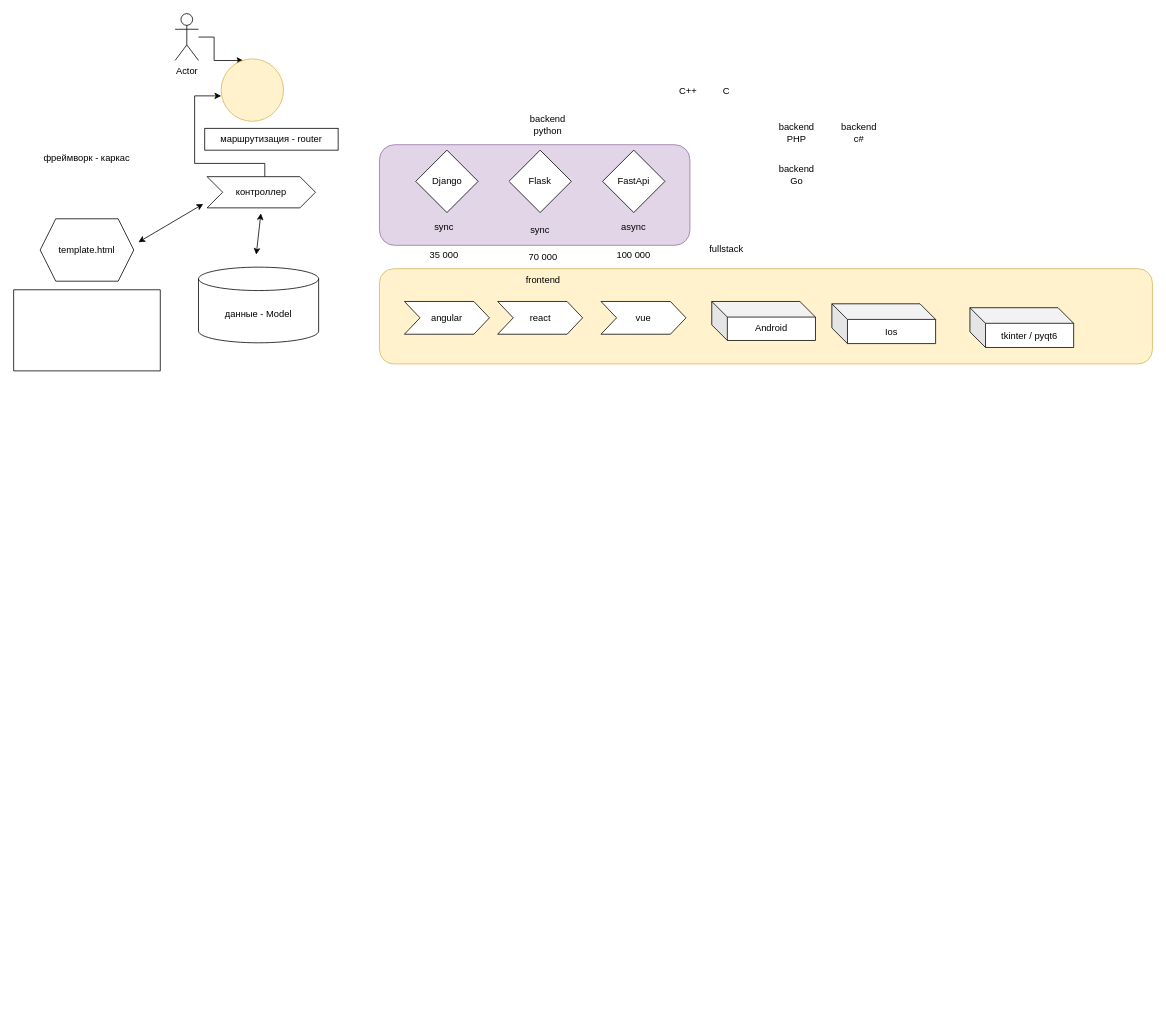
Before: projects/4/web.drawio in bogdandrienko/PyE-222-1, a draw.io diagram. Source tidied: cells renumbered, new cells numbered last; positions are measured from the earlier drawing's top-left corner, leaving out a move shared by most shapes. Both pictures are drawn from the tidied source at 78%, with x=0, y=0 at pixel (13, 13).
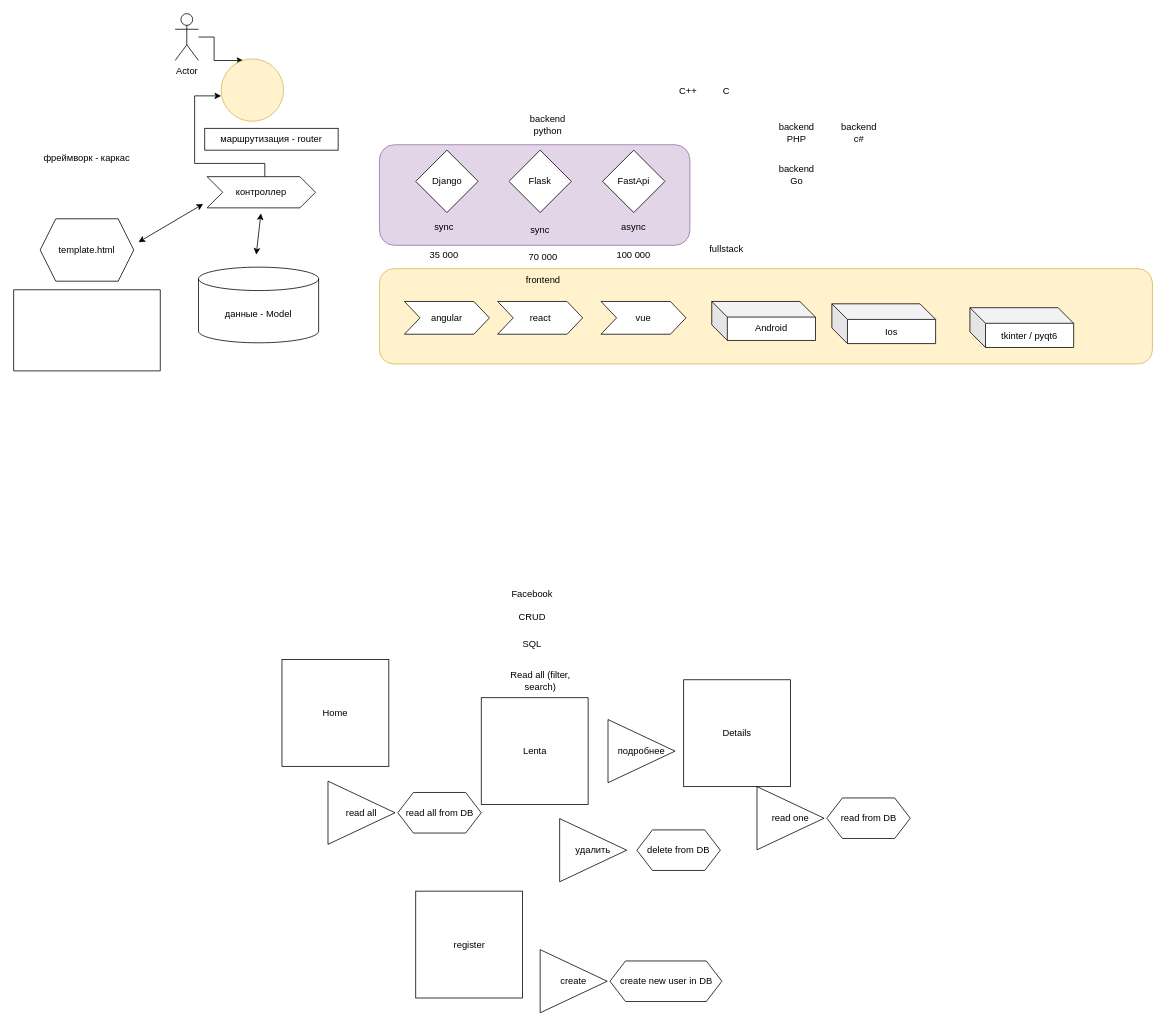
Above is the later version.

The edit, as a diff of the source:
```diff
@@
+    <mxCell id="39" value="Facebook" style="text;html=1;strokeColor=none;fillColor=none;align=center;verticalAlign=middle;whiteSpace=wrap;rounded=0;" parent="1" vertex="1">
+      <mxGeometry x="635" y="729" width="60" height="30" as="geometry" />
+    </mxCell>
+    <mxCell id="40" value="CRUD" style="text;html=1;strokeColor=none;fillColor=none;align=center;verticalAlign=middle;whiteSpace=wrap;rounded=0;" parent="1" vertex="1">
+      <mxGeometry x="635" y="759" width="60" height="30" as="geometry" />
+    </mxCell>
+    <mxCell id="41" value="SQL" style="text;html=1;strokeColor=none;fillColor=none;align=center;verticalAlign=middle;whiteSpace=wrap;rounded=0;" parent="1" vertex="1">
+      <mxGeometry x="635" y="794" width="60" height="30" as="geometry" />
+    </mxCell>
+    <mxCell id="42" value="Home" style="whiteSpace=wrap;html=1;" parent="1" vertex="1">
+      <mxGeometry x="344" y="828" width="137" height="137" as="geometry" />
+    </mxCell>
+    <mxCell id="43" value="Lenta" style="whiteSpace=wrap;html=1;" parent="1" vertex="1">
+      <mxGeometry x="599.5" y="877" width="137" height="137" as="geometry" />
+    </mxCell>
+    <mxCell id="44" value="Read all (filter, search)" style="text;html=1;strokeColor=none;fillColor=none;align=center;verticalAlign=middle;whiteSpace=wrap;rounded=0;" parent="1" vertex="1">
+      <mxGeometry x="614.5" y="840" width="121" height="30" as="geometry" />
+    </mxCell>
+    <mxCell id="45" value="Details" style="whiteSpace=wrap;html=1;" parent="1" vertex="1">
+      <mxGeometry x="859" y="854" width="137" height="137" as="geometry" />
+    </mxCell>
+    <mxCell id="46" value="подробнее" style="triangle;whiteSpace=wrap;html=1;" parent="1" vertex="1">
+      <mxGeometry x="762" y="905" width="86" height="81" as="geometry" />
+    </mxCell>
+    <mxCell id="47" value="удалить" style="triangle;whiteSpace=wrap;html=1;" parent="1" vertex="1">
+      <mxGeometry x="700" y="1032" width="86" height="81" as="geometry" />
+    </mxCell>
+    <mxCell id="48" value="delete from DB" style="shape=hexagon;perimeter=hexagonPerimeter2;whiteSpace=wrap;html=1;fixedSize=1;" parent="1" vertex="1">
+      <mxGeometry x="799" y="1046.5" width="107" height="52" as="geometry" />
+    </mxCell>
+    <mxCell id="49" value="read from DB" style="shape=hexagon;perimeter=hexagonPerimeter2;whiteSpace=wrap;html=1;fixedSize=1;" parent="1" vertex="1">
+      <mxGeometry x="1042.5" y="1005.5" width="107" height="52" as="geometry" />
+    </mxCell>
+    <mxCell id="50" value="read one" style="triangle;whiteSpace=wrap;html=1;" parent="1" vertex="1">
+      <mxGeometry x="953" y="991" width="86" height="81" as="geometry" />
+    </mxCell>
+    <mxCell id="51" value="read all from DB" style="shape=hexagon;perimeter=hexagonPerimeter2;whiteSpace=wrap;html=1;fixedSize=1;" parent="1" vertex="1">
+      <mxGeometry x="492.5" y="998.5" width="107" height="52" as="geometry" />
+    </mxCell>
+    <mxCell id="52" value="read all" style="triangle;whiteSpace=wrap;html=1;" parent="1" vertex="1">
+      <mxGeometry x="403" y="984" width="86" height="81" as="geometry" />
+    </mxCell>
+    <mxCell id="53" value="register" style="whiteSpace=wrap;html=1;" parent="1" vertex="1">
+      <mxGeometry x="515.5" y="1125" width="137" height="137" as="geometry" />
+    </mxCell>
+    <mxCell id="54" value="create" style="triangle;whiteSpace=wrap;html=1;" parent="1" vertex="1">
+      <mxGeometry x="675" y="1200" width="86" height="81" as="geometry" />
+    </mxCell>
+    <mxCell id="55" value="create new user in DB" style="shape=hexagon;perimeter=hexagonPerimeter2;whiteSpace=wrap;html=1;fixedSize=1;" parent="1" vertex="1">
+      <mxGeometry x="764.5" y="1214.5" width="143.5" height="52" as="geometry" />
+    </mxCell>
```
